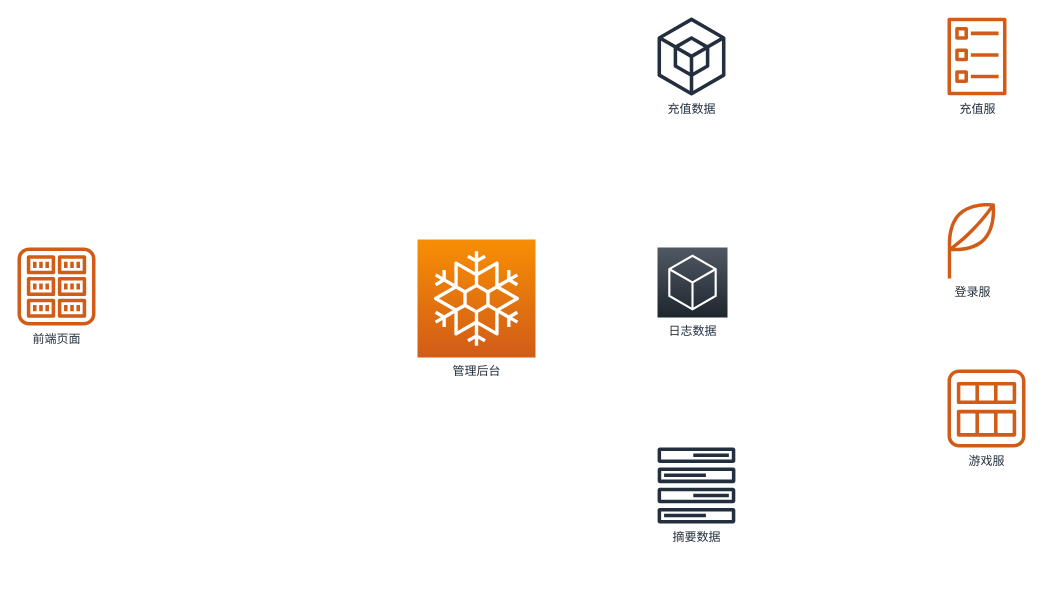
Earlier version of the draw.io diagram 管理后台理想架构.drawio (yourwafer/readdoc). Source tidied: cells renumbered, new cells numbered last; positions are measured from the earlier drawing's top-left corner, leaving out a move shared by most shapes. Both pictures are drawn from the tidied source at 100%, with x=0, y=0 at pixel (17, 17).
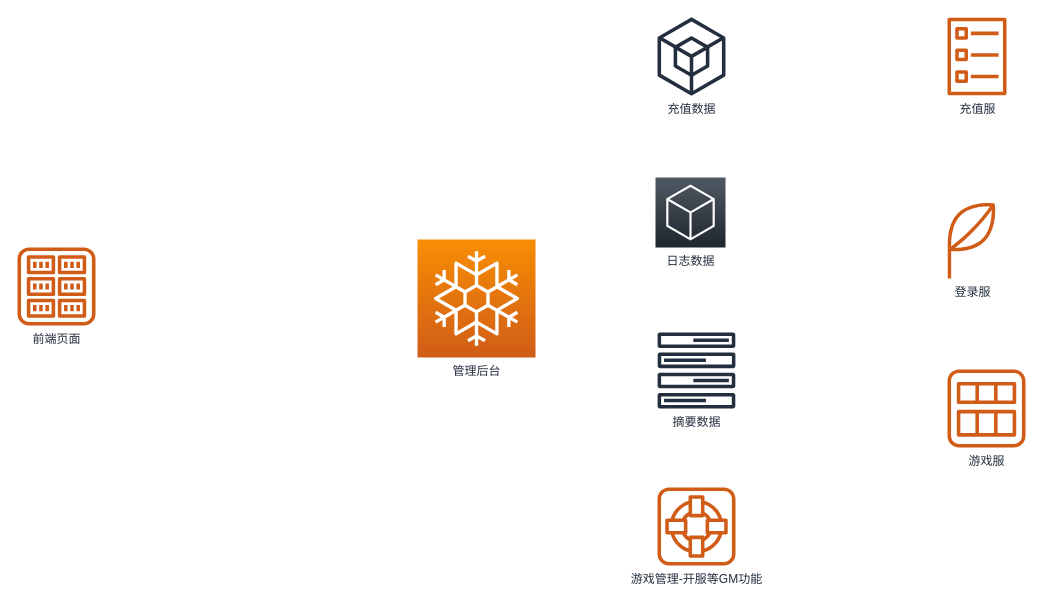
After the change.

Commit message (it also covers changes not shown here):
Update 管理后台理想架构.drawio

The edit, as a diff of the source:
```diff
@@
 <mxGraphModel>
   <root>
     <mxCell id="0" />
     <mxCell id="1" parent="0" />
     <mxCell id="2" value="充值数据" style="fontColor=#232F3E;gradientColor=none;fillColor=#232F3E;strokeColor=none;dashed=0;verticalLabelPosition=bottom;verticalAlign=top;align=center;html=1;fontSize=12;fontStyle=0;shape=mxgraph.aws4.external_sdk;" parent="1" vertex="1">
       <mxGeometry x="640" width="68" height="78" as="geometry" />
     </mxCell>
     <mxCell id="3" value="日志数据" style="gradientDirection=north;fontColor=#232F3E;gradientColor=#505863;fillColor=#1E262E;strokeColor=#ffffff;dashed=0;verticalLabelPosition=bottom;verticalAlign=top;align=center;html=1;fontSize=12;fontStyle=0;shape=mxgraph.aws4.resourceIcon;resIcon=mxgraph.aws4.general;" parent="1" vertex="1">
-      <mxGeometry x="640" y="230" width="70" height="70" as="geometry" />
+      <mxGeometry x="638" y="160" width="70" height="70" as="geometry" />
     </mxCell>
     <mxCell id="4" value="摘要数据" style="fontColor=#232F3E;gradientColor=none;fillColor=#232F3E;strokeColor=none;dashed=0;verticalLabelPosition=bottom;verticalAlign=top;align=center;html=1;fontSize=12;fontStyle=0;shape=mxgraph.aws4.forums;" parent="1" vertex="1">
-      <mxGeometry x="640" y="430" width="78" height="76" as="geometry" />
+      <mxGeometry x="640" y="315" width="78" height="76" as="geometry" />
     </mxCell>
     <mxCell id="5" value="充值服" style="fontColor=#232F3E;gradientColor=none;fillColor=#D05C17;strokeColor=none;dashed=0;verticalLabelPosition=bottom;verticalAlign=top;align=center;html=1;fontSize=12;fontStyle=0;shape=mxgraph.aws4.ecs_task;" parent="1" vertex="1">
       <mxGeometry x="930" width="59" height="78" as="geometry" />
     </mxCell>
     <mxCell id="6" value="登录服" style="fontColor=#232F3E;gradientColor=none;fillColor=#D05C17;strokeColor=none;dashed=0;verticalLabelPosition=bottom;verticalAlign=top;align=center;html=1;fontSize=12;fontStyle=0;shape=mxgraph.aws4.application;" parent="1" vertex="1">
       <mxGeometry x="930" y="183" width="50" height="78" as="geometry" />
     </mxCell>
     <mxCell id="7" value="游戏服" style="fontColor=#232F3E;gradientColor=none;fillColor=#D05C17;strokeColor=none;dashed=0;verticalLabelPosition=bottom;verticalAlign=top;align=center;html=1;fontSize=12;fontStyle=0;shape=mxgraph.aws4.ami;" parent="1" vertex="1">
       <mxGeometry x="930" y="352" width="78" height="78" as="geometry" />
     </mxCell>
     <mxCell id="8" value="管理后台" style="fontColor=#232F3E;gradientColor=#F78E04;gradientDirection=north;fillColor=#D05C17;strokeColor=#ffffff;dashed=0;verticalLabelPosition=bottom;verticalAlign=top;align=center;html=1;fontSize=12;fontStyle=0;shape=mxgraph.aws4.resourceIcon;resIcon=mxgraph.aws4.thinkbox_frost;" parent="1" vertex="1">
       <mxGeometry x="400" y="222" width="118" height="118" as="geometry" />
     </mxCell>
     <mxCell id="9" value="前端页面" style="fontColor=#232F3E;gradientColor=none;fillColor=#D05C17;strokeColor=none;dashed=0;verticalLabelPosition=bottom;verticalAlign=top;align=center;html=1;fontSize=12;fontStyle=0;shape=mxgraph.aws4.registry;" parent="1" vertex="1">
       <mxGeometry y="230" width="78" height="78" as="geometry" />
     </mxCell>
+    <mxCell id="10" value="游戏管理-开服等GM功能" style="fontColor=#232F3E;gradientColor=none;fillColor=#D05C17;strokeColor=none;dashed=0;verticalLabelPosition=bottom;verticalAlign=top;align=center;html=1;fontSize=12;fontStyle=0;shape=mxgraph.aws4.rescue;" parent="1" vertex="1">
+      <mxGeometry x="640" y="470" width="78" height="78" as="geometry" />
+    </mxCell>
   </root>
 </mxGraphModel>
```
